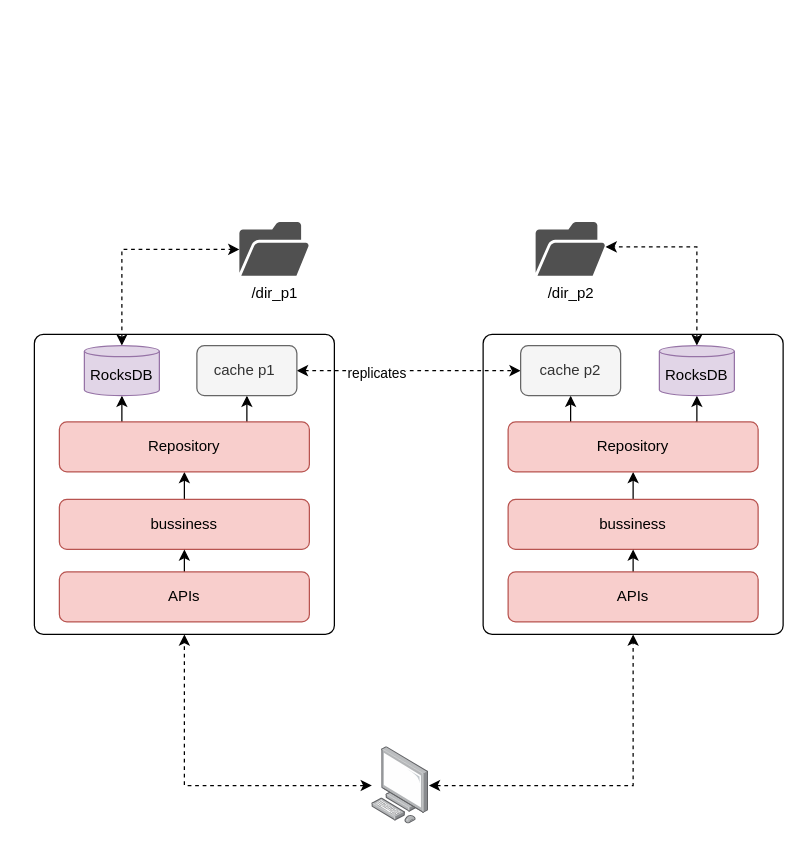
Earlier version of the draw.io diagram page "RocksDB" (4 of 4) of Reporting.drawio (integrationfirst/omega). Source tidied: cells renumbered, new cells numbered last; positions are measured from the earlier drawing's top-left corner, leaving out a move shared by most shapes. Both pictures are drawn from the tidied source at 125%, with x=0, y=0 at pixel (34, 221).
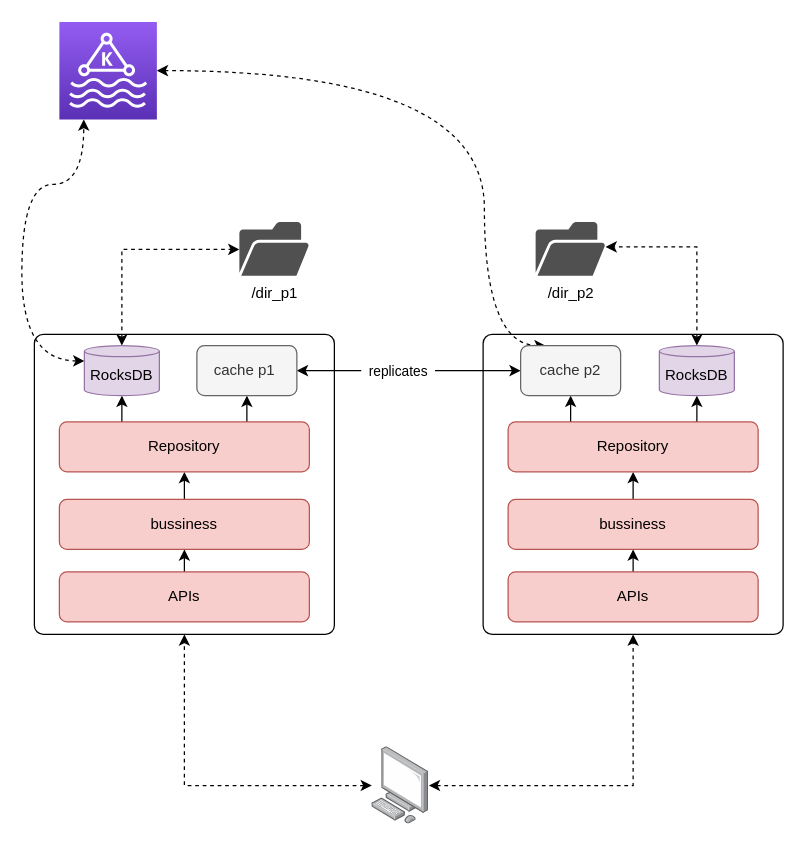
Above is the later version.

Unchanged cells that the change refers to:
```xml
<mxCell id="10" value="cache p1&amp;nbsp;" style="rounded=1;whiteSpace=wrap;html=1;fillColor=#f5f5f5;fontColor=#333333;strokeColor=#666666;" parent="1" vertex="1">
  <mxGeometry x="130" y="99" width="80" height="40" as="geometry" />
</mxCell>
<mxCell id="12" value="RocksDB" style="shape=cylinder3;whiteSpace=wrap;html=1;boundedLbl=1;backgroundOutline=1;size=4.428571428571388;fillColor=#e1d5e7;strokeColor=#9673a6;" parent="1" vertex="1">
  <mxGeometry x="40" y="99" width="60" height="40" as="geometry" />
</mxCell>
<mxCell id="21" value="cache p2" style="rounded=1;whiteSpace=wrap;html=1;fillColor=#f5f5f5;fontColor=#333333;strokeColor=#666666;direction=east;" parent="1" vertex="1">
  <mxGeometry x="389" y="99" width="80" height="40" as="geometry" />
</mxCell>
```

Diff of the diagram source:
```diff
@@
-    <mxCell id="8" style="edgeStyle=orthogonalEdgeStyle;rounded=0;jettySize=auto;html=1;dashed=1;startArrow=classic;startFill=1;" parent="1" edge="1" source="10" target="21">
+    <mxCell id="8" style="edgeStyle=orthogonalEdgeStyle;rounded=0;jettySize=auto;html=1;startArrow=classic;startFill=1;" parent="1" edge="1" source="10" target="21">
       <mxGeometry relative="1" as="geometry" />
     </mxCell>
-    <mxCell id="9" value="replicates" style="edgeLabel;html=1;align=center;verticalAlign=middle;" parent="8" vertex="1">
-      <mxGeometry x="-0.3" y="-1" relative="1" as="geometry" />
+    <mxCell id="9" value="&amp;nbsp; replicates&amp;nbsp;&amp;nbsp;" style="edgeLabel;html=1;align=center;verticalAlign=middle;" parent="8" vertex="1">
+      <mxGeometry x="-0.3" y="-1" relative="1" as="geometry">
+        <mxPoint x="17" y="-1" as="offset" />
+      </mxGeometry>
     </mxCell>
@@
+    <mxCell id="31" style="edgeStyle=orthogonalEdgeStyle;curved=1;rounded=0;jettySize=auto;html=1;exitX=0;exitY=0;exitDx=0;exitDy=12.214285714285694;exitPerimeter=0;entryX=0.25;entryY=1;entryDx=0;entryDy=0;entryPerimeter=0;startArrow=classic;startFill=1;dashed=1;" parent="1" edge="1" source="12" target="33">
+      <mxGeometry relative="1" as="geometry">
+        <Array as="points">
+          <mxPoint x="-10" y="111" />
+          <mxPoint x="-10" y="-30" />
+          <mxPoint x="40" y="-30" />
+        </Array>
+      </mxGeometry>
+    </mxCell>
@@
+    <mxCell id="32" style="edgeStyle=orthogonalEdgeStyle;rounded=0;jettySize=auto;html=1;exitX=0.25;exitY=0;exitDx=0;exitDy=0;entryX=1;entryY=0.5;entryDx=0;entryDy=0;entryPerimeter=0;dashed=1;startArrow=classic;startFill=1;curved=1;" parent="1" edge="1" source="21" target="33">
+      <mxGeometry relative="1" as="geometry">
+        <Array as="points">
+          <mxPoint x="360" y="99" />
+          <mxPoint x="360" y="-121" />
+        </Array>
+      </mxGeometry>
+    </mxCell>
@@
+    <mxCell id="33" style="sketch=0;points=[[0,0,0],[0.25,0,0],[0.5,0,0],[0.75,0,0],[1,0,0],[0,1,0],[0.25,1,0],[0.5,1,0],[0.75,1,0],[1,1,0],[0,0.25,0],[0,0.5,0],[0,0.75,0],[1,0.25,0],[1,0.5,0],[1,0.75,0]];outlineConnect=0;fontColor=#232F3E;gradientColor=#945DF2;gradientDirection=north;fillColor=#5A30B5;strokeColor=#ffffff;dashed=0;verticalLabelPosition=bottom;verticalAlign=top;align=center;html=1;fontSize=12;fontStyle=0;shape=mxgraph.aws4.resourceIcon;resIcon=mxgraph.aws4.managed_streaming_for_kafka;" parent="1" vertex="1">
+      <mxGeometry x="20" y="-160" width="78" height="78" as="geometry" />
+    </mxCell>
```
